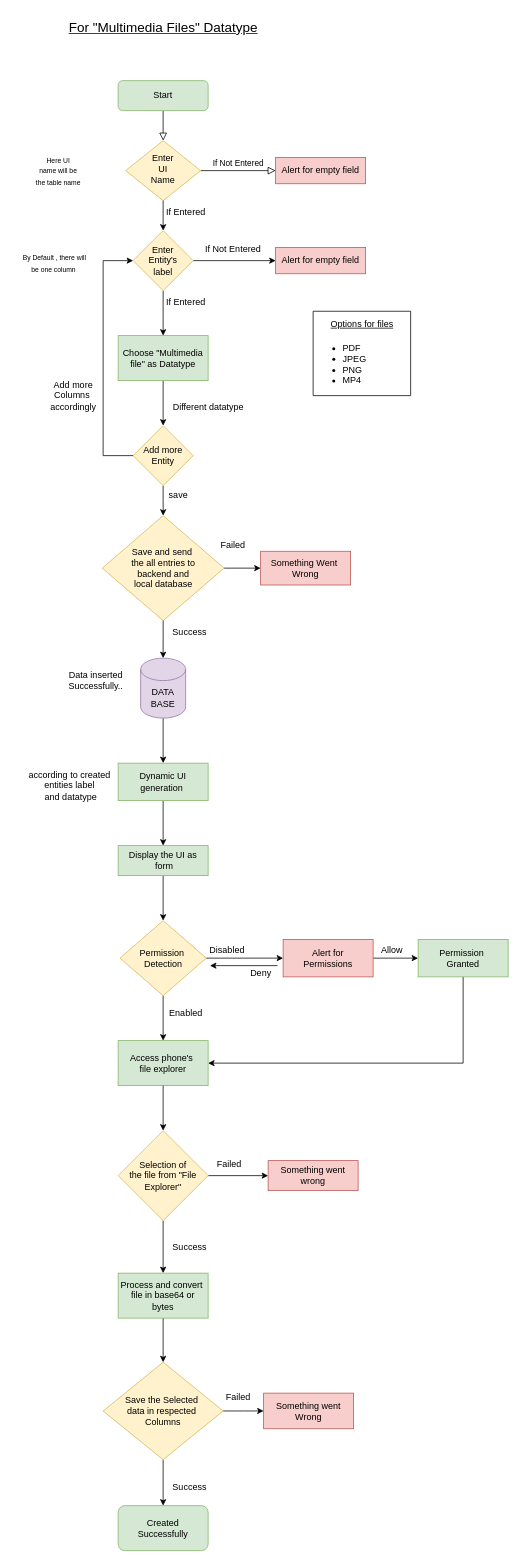
MohitThakur001/FlowCharts keeps this draw.io diagram as DatabaseCreation.drawio. Above is the earlier version. Source tidied: cells renumbered, new cells numbered last; positions are measured from the earlier drawing's top-left corner, leaving out a move shared by most shapes. Both pictures are drawn from the tidied source at 75%, with x=0, y=0 at pixel (13, 13).
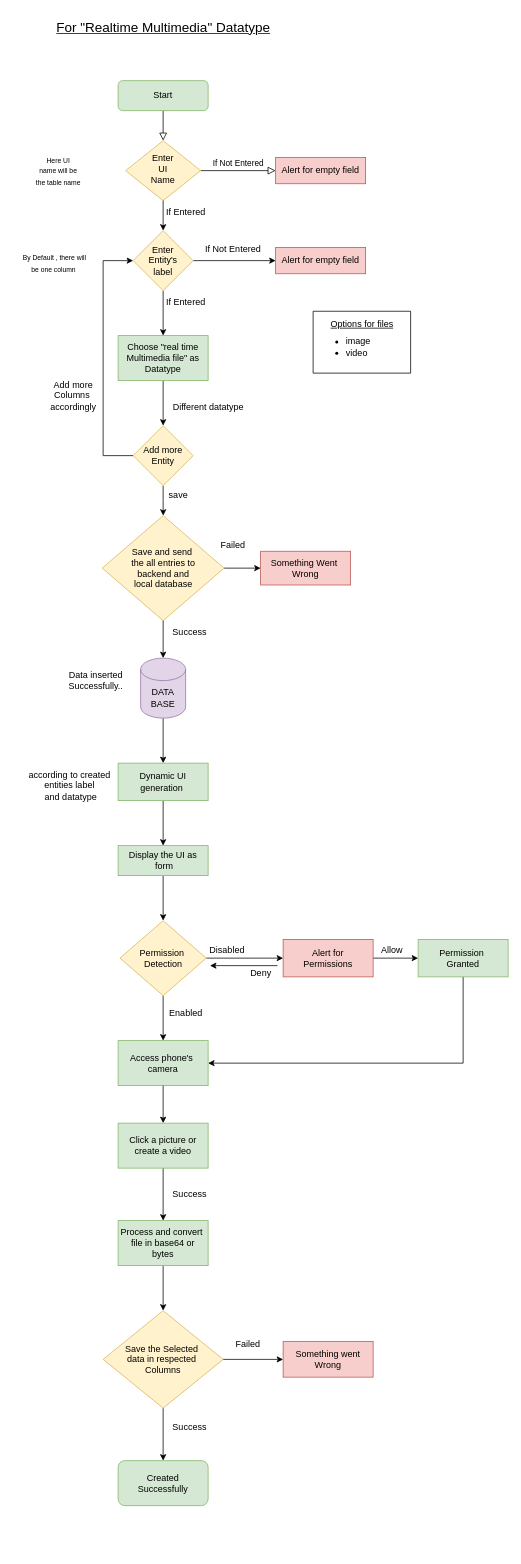
The same diagram, later.

What changed in the source:
```diff
@@
-    <mxCell id="37" style="edgeStyle=orthogonalEdgeStyle;rounded=0;jettySize=auto;html=1;entryX=0.5;entryY=0;entryDx=0;entryDy=0;" parent="1" edge="1" source="39" target="72">
+    <mxCell id="37" style="edgeStyle=orthogonalEdgeStyle;rounded=0;jettySize=auto;html=1;entryX=0.5;entryY=0;entryDx=0;entryDy=0;exitX=0.5;exitY=1;exitDx=0;exitDy=0;" parent="1" edge="1" source="73" target="72">
       <mxGeometry relative="1" as="geometry" />
     </mxCell>
-    <mxCell id="38" style="edgeStyle=orthogonalEdgeStyle;rounded=0;jettySize=auto;html=1;" parent="1" edge="1" source="39" target="69">
-      <mxGeometry relative="1" as="geometry" />
-    </mxCell>
-    <mxCell id="39" value="Selection of &lt;br&gt;the file from &quot;File Explorer&quot;" style="rhombus;whiteSpace=wrap;html=1;fillColor=#fff2cc;strokeColor=#d6b656;" parent="1" vertex="1">
-      <mxGeometry x="140" y="1490" width="120" height="120" as="geometry" />
-    </mxCell>
@@
     <mxCell id="42" value="Save the Selected&amp;nbsp;&lt;br&gt;data in respected&amp;nbsp;&lt;br&gt;Columns" style="rhombus;whiteSpace=wrap;html=1;fillColor=#fff2cc;strokeColor=#d6b656;" parent="1" vertex="1">
-      <mxGeometry x="120" y="1798.8" width="160" height="130" as="geometry" />
+      <mxGeometry x="120" y="1730" width="160" height="130" as="geometry" />
     </mxCell>
     <mxCell id="43" value="Success" style="text;html=1;align=center;verticalAlign=middle;strokeColor=none;fillColor=none;" parent="1" vertex="1">
-      <mxGeometry x="200" y="1630" width="70" height="30" as="geometry" />
+      <mxGeometry x="200" y="1560" width="70" height="30" as="geometry" />
     </mxCell>
     <mxCell id="44" value="Something went&lt;br&gt;Wrong" style="whiteSpace=wrap;html=1;fillColor=#f8cecc;strokeColor=#b85450;" parent="1" vertex="1">
-      <mxGeometry x="334" y="1840" width="120" height="47.5" as="geometry" />
+      <mxGeometry x="360" y="1771.2" width="120" height="47.5" as="geometry" />
     </mxCell>
     <mxCell id="45" value="Success" style="text;html=1;align=center;verticalAlign=middle;strokeColor=none;fillColor=none;" parent="1" vertex="1">
-      <mxGeometry x="200" y="1950" width="70" height="30" as="geometry" />
+      <mxGeometry x="200" y="1870" width="70" height="30" as="geometry" />
     </mxCell>
     <mxCell id="46" value="Failed" style="text;html=1;align=center;verticalAlign=middle;strokeColor=none;fillColor=none;" parent="1" vertex="1">
-      <mxGeometry x="270" y="1830" width="60" height="30" as="geometry" />
+      <mxGeometry x="282.5" y="1760" width="60" height="30" as="geometry" />
     </mxCell>
     <mxCell id="47" value="Created &lt;br&gt;Successfully" style="rounded=1;whiteSpace=wrap;html=1;fillColor=#d5e8d4;strokeColor=#82b366;" parent="1" vertex="1">
-      <mxGeometry x="140" y="1990" width="120" height="60" as="geometry" />
+      <mxGeometry x="140" y="1930" width="120" height="60" as="geometry" />
     </mxCell>
@@
     <mxCell id="49" style="swimlane;startSize=0;" parent="1" vertex="1">
-      <mxGeometry x="400" y="397.5" width="130" height="112.5" as="geometry" />
+      <mxGeometry x="400" y="397.5" width="130" height="82.5" as="geometry" />
     </mxCell>
+    <mxCell id="53" value="&lt;ul&gt;&lt;li style=&quot;text-align: left;&quot;&gt;image&lt;/li&gt;&lt;li style=&quot;text-align: left;&quot;&gt;video&lt;/li&gt;&lt;/ul&gt;" style="text;html=1;align=center;verticalAlign=middle;strokeColor=none;fillColor=none;" parent="49" vertex="1">
+      <mxGeometry x="-10" y="12.5" width="100" height="70" as="geometry" />
+    </mxCell>
@@
-    <mxCell id="51" value="&lt;font style=&quot;font-size: 18px;&quot;&gt;&lt;u&gt;For &quot;Multimedia Files&quot; Datatype&lt;/u&gt;&lt;/font&gt;" style="text;html=1;align=center;verticalAlign=middle;strokeColor=none;fillColor=none;" parent="1" vertex="1">
-      <mxGeometry x="60" width="280" height="40" as="geometry" />
+    <mxCell id="51" value="&lt;font style=&quot;font-size: 18px;&quot;&gt;&lt;u&gt;For &quot;Realtime Multimedia&quot; Datatype&lt;/u&gt;&lt;/font&gt;" style="text;html=1;align=center;verticalAlign=middle;strokeColor=none;fillColor=none;" parent="1" vertex="1">
+      <mxGeometry x="45" width="310" height="40" as="geometry" />
     </mxCell>
-    <mxCell id="52" value="Choose &quot;Multimedia file&quot; as Datatype" style="rounded=0;whiteSpace=wrap;html=1;fillColor=#d5e8d4;strokeColor=#82b366;" parent="1" vertex="1">
+    <mxCell id="52" value="Choose &quot;real time Multimedia file&quot; as Datatype" style="rounded=0;whiteSpace=wrap;html=1;fillColor=#d5e8d4;strokeColor=#82b366;" parent="1" vertex="1">
       <mxGeometry x="140" y="430" width="120" height="60" as="geometry" />
     </mxCell>
-    <mxCell id="53" value="&lt;ul&gt;&lt;li style=&quot;text-align: left;&quot;&gt;PDF&lt;/li&gt;&lt;li style=&quot;text-align: left;&quot;&gt;JPEG&lt;/li&gt;&lt;li style=&quot;text-align: left;&quot;&gt;PNG&lt;/li&gt;&lt;li style=&quot;text-align: left;&quot;&gt;MP4&lt;/li&gt;&lt;/ul&gt;" style="text;html=1;align=center;verticalAlign=middle;strokeColor=none;fillColor=none;" parent="1" vertex="1">
-      <mxGeometry x="390" y="417.5" width="90" height="100" as="geometry" />
-    </mxCell>
@@
-    <mxCell id="66" value="Access phone's&amp;nbsp;&lt;br&gt;file explorer" style="whiteSpace=wrap;html=1;fillColor=#d5e8d4;strokeColor=#82b366;" parent="1" vertex="1">
+    <mxCell id="66" value="Access phone's&amp;nbsp;&lt;br&gt;camera" style="whiteSpace=wrap;html=1;fillColor=#d5e8d4;strokeColor=#82b366;" parent="1" vertex="1">
       <mxGeometry x="140" y="1370" width="120" height="60" as="geometry" />
     </mxCell>
-    <mxCell id="67" style="endArrow=classic;html=1;rounded=0;entryX=0.5;entryY=0;entryDx=0;entryDy=0;exitX=0.5;exitY=1;exitDx=0;exitDy=0;" parent="1" edge="1" source="66" target="39">
+    <mxCell id="67" style="endArrow=classic;html=1;rounded=0;entryX=0.5;entryY=0;entryDx=0;entryDy=0;exitX=0.5;exitY=1;exitDx=0;exitDy=0;" parent="1" edge="1" source="66" target="73">
       <mxGeometry relative="1" as="geometry" />
     </mxCell>
@@
-    <mxCell id="69" value="Something went wrong" style="whiteSpace=wrap;html=1;fillColor=#f8cecc;strokeColor=#b85450;" parent="1" vertex="1">
-      <mxGeometry x="340" y="1530" width="120" height="40" as="geometry" />
-    </mxCell>
-    <mxCell id="70" value="Failed" style="text;html=1;align=center;verticalAlign=middle;strokeColor=none;fillColor=none;" parent="1" vertex="1">
-      <mxGeometry x="257.5" y="1520" width="60" height="30" as="geometry" />
-    </mxCell>
@@
     <mxCell id="72" value="Process and convert&amp;nbsp;&lt;br&gt;file in base64 or &lt;br&gt;bytes" style="rounded=0;whiteSpace=wrap;html=1;fillColor=#d5e8d4;strokeColor=#82b366;" parent="1" vertex="1">
-      <mxGeometry x="140" y="1680" width="120" height="60" as="geometry" />
+      <mxGeometry x="140" y="1610" width="120" height="60" as="geometry" />
     </mxCell>
+    <mxCell id="73" value="Click a picture or create a video" style="rounded=0;whiteSpace=wrap;html=1;fillColor=#d5e8d4;strokeColor=#82b366;" parent="1" vertex="1">
+      <mxGeometry x="140" y="1480" width="120" height="60" as="geometry" />
+    </mxCell>
```
